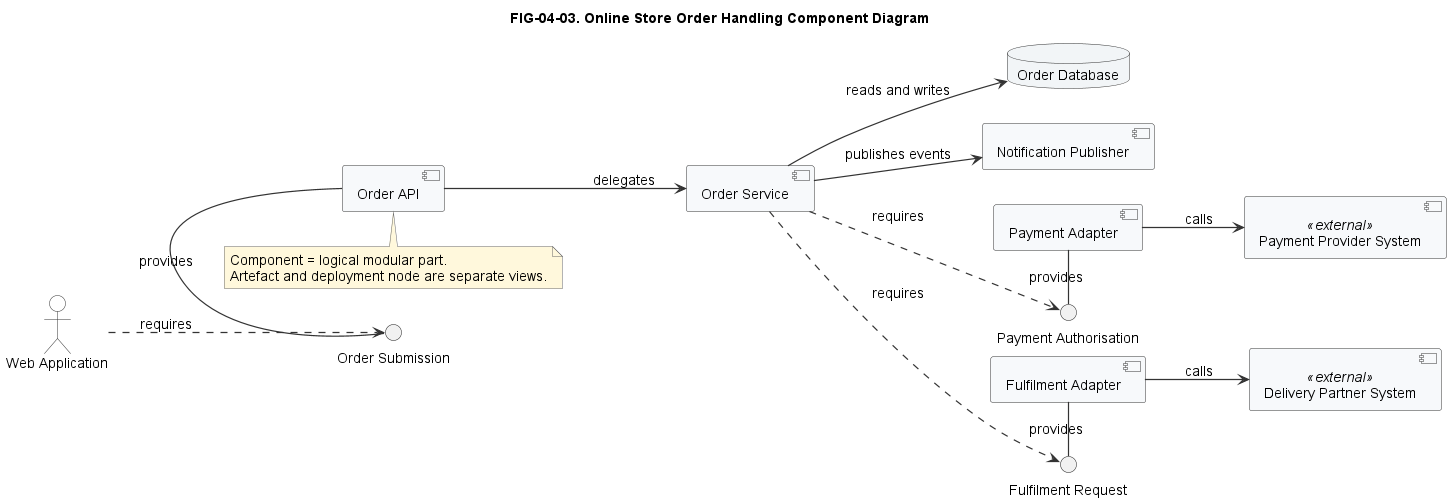
nishikanttiwari01/Architecture_Modelling keeps this PlantUML diagram as diagrams/exported/png/FIG-04-03-online-store-order-handling-component.png. Above is the earlier version. Source of this version:
```plantuml
@startuml
!include ../../styles/plantuml-theme.puml

left to right direction
title FIG-04-03. Online Store Order Handling Component Diagram

actor "Web Application" as Web
database "Order Database" as OrderDb
component "Order API" as OrderApi
component "Order Service" as OrderService
component "Payment Adapter" as PaymentAdapter
component "Fulfilment Adapter" as FulfilmentAdapter
component "Notification Publisher" as NotificationPublisher
component "Payment Provider System" as PaymentProvider <<external>>
component "Delivery Partner System" as DeliveryPartner <<external>>

interface "Order Submission" as IOrder
interface "Payment Authorisation" as IPayment
interface "Fulfilment Request" as IFulfilment

Web ..> IOrder : requires
OrderApi - IOrder : provides
OrderApi --> OrderService : delegates
OrderService --> OrderDb : reads and writes

OrderService ..> IPayment : requires
PaymentAdapter - IPayment : provides
PaymentAdapter --> PaymentProvider : calls

OrderService ..> IFulfilment : requires
FulfilmentAdapter - IFulfilment : provides
FulfilmentAdapter --> DeliveryPartner : calls

OrderService --> NotificationPublisher : publishes events

note bottom of OrderApi
  Component = logical modular part.
  Artefact and deployment node are separate views.
end note
@enduml
```
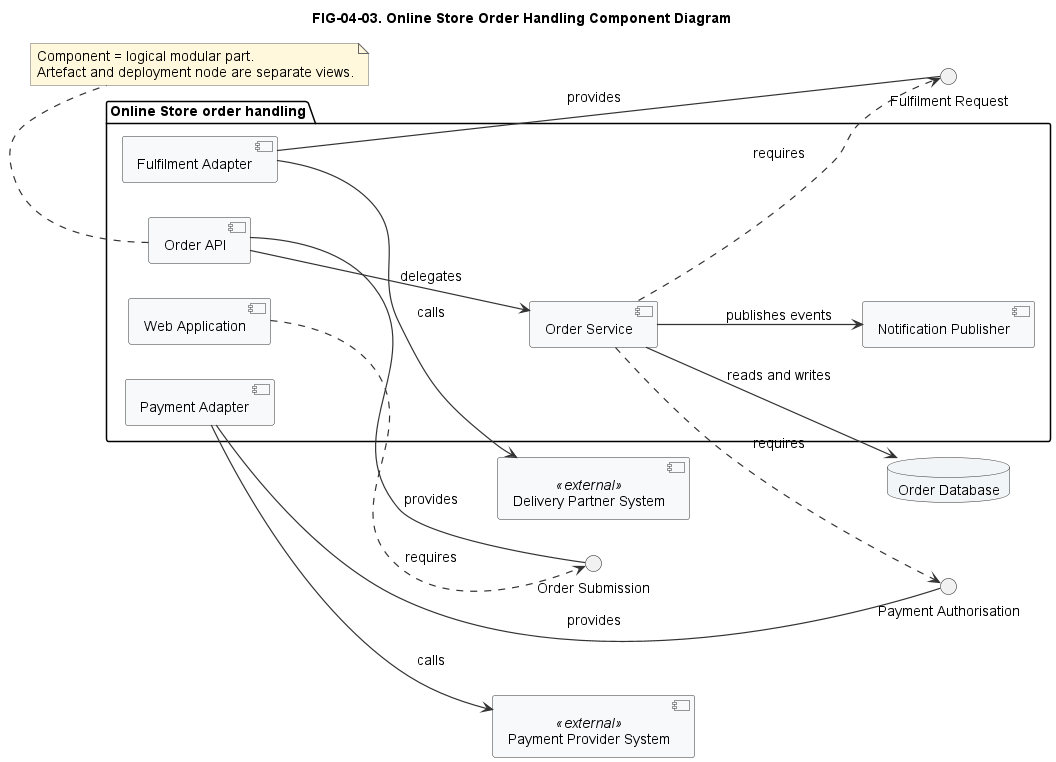
After the commit.

Change to the diagram source:
```diff
@@ -4,13 +4,16 @@
 left to right direction
 title FIG-04-03. Online Store Order Handling Component Diagram
 
-actor "Web Application" as Web
+package "Online Store order handling" {
+  component "Web Application" as Web
+  component "Order API" as OrderApi
+  component "Order Service" as OrderService
+  component "Payment Adapter" as PaymentAdapter
+  component "Fulfilment Adapter" as FulfilmentAdapter
+  component "Notification Publisher" as NotificationPublisher
+}
+
 database "Order Database" as OrderDb
-component "Order API" as OrderApi
-component "Order Service" as OrderService
-component "Payment Adapter" as PaymentAdapter
-component "Fulfilment Adapter" as FulfilmentAdapter
-component "Notification Publisher" as NotificationPublisher
 component "Payment Provider System" as PaymentProvider <<external>>
 component "Delivery Partner System" as DeliveryPartner <<external>>
 
```
